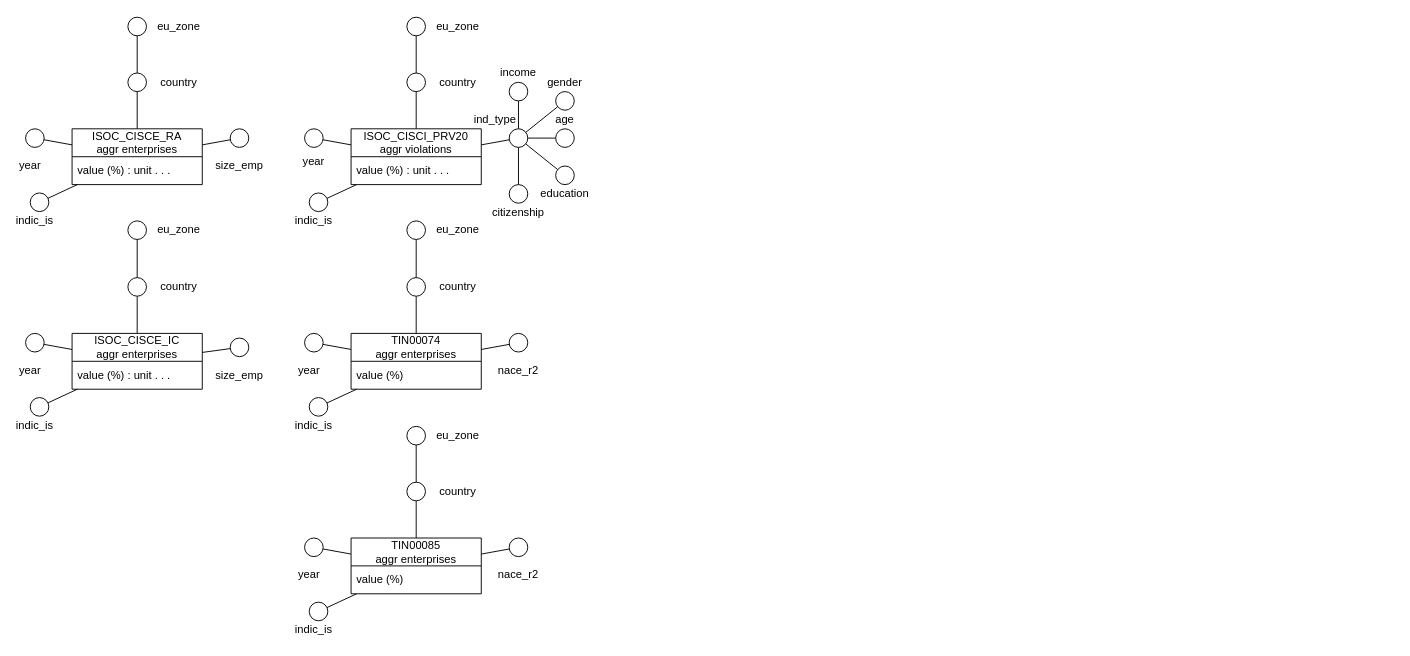
Before: figures/dfm.drawio in amanfucci/sistemi-informativi, a draw.io diagram. Source tidied: cells renumbered, new cells numbered last; positions are measured from the earlier drawing's top-left corner, leaving out a move shared by most shapes. Both pictures are drawn from the tidied source at 93%, with x=0, y=0 at pixel (16, 17).
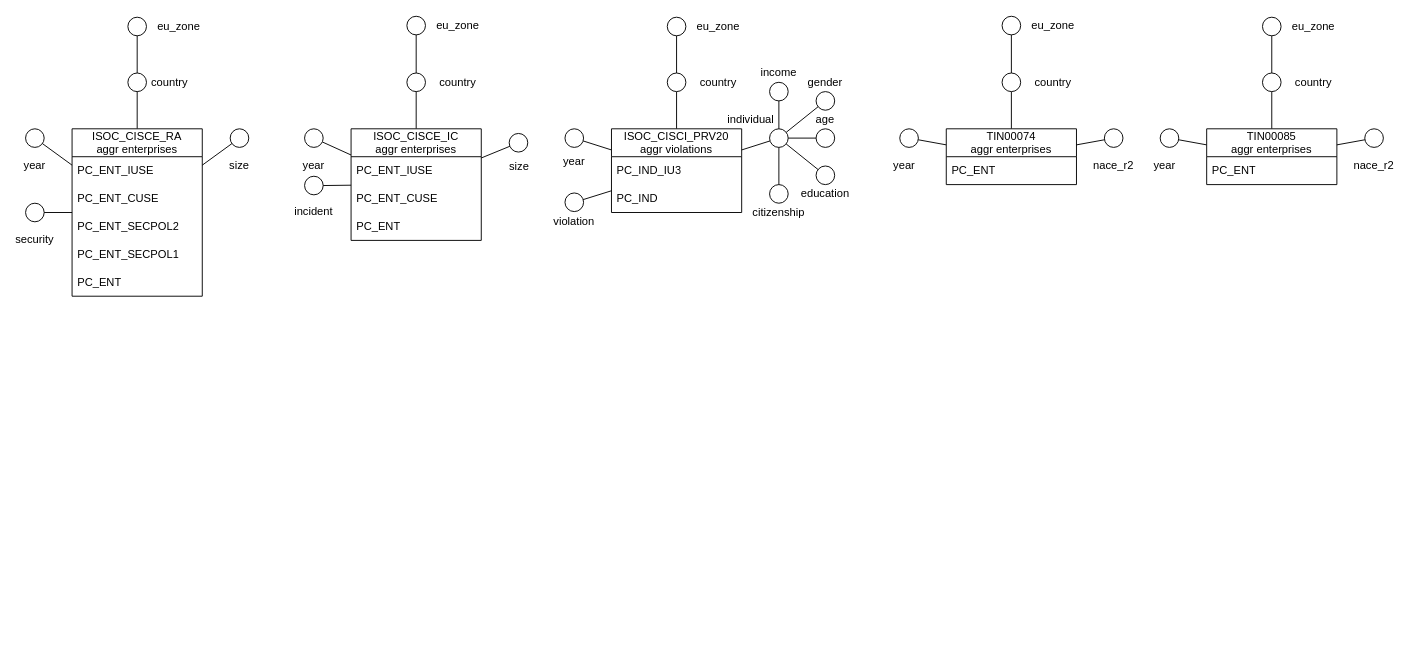
The same page after the edit.

Commit message (it also covers changes not shown here):
dfm, schema

The edit, as a diff of the source:
```diff
@@
     <mxCell id="3" value="ISOC_CISCE_RA&lt;div&gt;aggr enterprises&lt;/div&gt;" style="swimlane;fontStyle=0;horizontal=1;startSize=30;whiteSpace=wrap;html=1;" parent="1" vertex="1">
-      <mxGeometry x="60" y="120" width="140" height="60" as="geometry" />
+      <mxGeometry x="60" y="120" width="140" height="180" as="geometry" />
     </mxCell>
-    <mxCell id="4" value="value (%) : unit&amp;nbsp;&lt;span style=&quot;background-color: transparent; color: light-dark(rgb(0, 0, 0), rgb(255, 255, 255));&quot;&gt;. . .&lt;/span&gt;" style="text;strokeColor=none;fillColor=none;align=left;verticalAlign=middle;spacingLeft=4;spacingRight=4;overflow=hidden;whiteSpace=wrap;html=1;" parent="3" vertex="1">
-      <mxGeometry y="30" width="140" height="30" as="geometry" />
-    </mxCell>
+    <mxCell id="102" value="PC_ENT_IUSE" style="text;strokeColor=none;fillColor=none;align=left;verticalAlign=middle;spacingLeft=4;spacingRight=4;overflow=hidden;whiteSpace=wrap;html=1;" parent="3" vertex="1">
+      <mxGeometry y="30" width="140" height="30" as="geometry" />
+    </mxCell>
+    <mxCell id="103" value="PC_ENT_CUSE" style="text;strokeColor=none;fillColor=none;align=left;verticalAlign=middle;spacingLeft=4;spacingRight=4;overflow=hidden;whiteSpace=wrap;html=1;" parent="3" vertex="1">
+      <mxGeometry y="60" width="140" height="30" as="geometry" />
+    </mxCell>
+    <mxCell id="104" value="PC_ENT_SECPOL2" style="text;strokeColor=none;fillColor=none;align=left;verticalAlign=middle;spacingLeft=4;spacingRight=4;overflow=hidden;whiteSpace=wrap;html=1;" parent="3" vertex="1">
+      <mxGeometry y="90" width="140" height="30" as="geometry" />
+    </mxCell>
+    <mxCell id="105" value="PC_ENT_SECPOL1" style="text;strokeColor=none;fillColor=none;align=left;verticalAlign=middle;spacingLeft=4;spacingRight=4;overflow=hidden;whiteSpace=wrap;html=1;" parent="3" vertex="1">
+      <mxGeometry y="120" width="140" height="30" as="geometry" />
+    </mxCell>
+    <mxCell id="106" value="PC_ENT" style="text;strokeColor=none;fillColor=none;align=left;verticalAlign=middle;spacingLeft=4;spacingRight=4;overflow=hidden;whiteSpace=wrap;html=1;" parent="3" vertex="1">
+      <mxGeometry y="150" width="140" height="30" as="geometry" />
+    </mxCell>
@@
     <mxCell id="7" value="country" style="text;html=1;whiteSpace=wrap;strokeColor=none;fillColor=none;align=center;verticalAlign=middle;rounded=0;" parent="1" vertex="1">
-      <mxGeometry x="160" y="60" width="30" height="20" as="geometry" />
+      <mxGeometry x="150" y="60" width="30" height="20" as="geometry" />
     </mxCell>
     <mxCell id="8" value="year" style="text;html=1;whiteSpace=wrap;strokeColor=none;fillColor=none;align=center;verticalAlign=middle;rounded=0;" parent="1" vertex="1">
-      <mxGeometry y="150" width="30" height="20" as="geometry" />
+      <mxGeometry x="5" y="150" width="30" height="20" as="geometry" />
     </mxCell>
@@
     <mxCell id="11" value="ISOC_CISCE_IC&lt;div&gt;aggr enterprises&lt;/div&gt;" style="swimlane;fontStyle=0;horizontal=1;startSize=30;whiteSpace=wrap;html=1;" parent="1" vertex="1">
-      <mxGeometry x="60" y="340" width="140" height="60" as="geometry" />
+      <mxGeometry x="360" y="120" width="140" height="120" as="geometry" />
     </mxCell>
-    <mxCell id="12" value="value (%) : unit . . ." style="text;strokeColor=none;fillColor=none;align=left;verticalAlign=middle;spacingLeft=4;spacingRight=4;overflow=hidden;whiteSpace=wrap;html=1;" parent="11" vertex="1">
-      <mxGeometry y="30" width="140" height="30" as="geometry" />
-    </mxCell>
+    <mxCell id="107" value="PC_ENT_IUSE" style="text;strokeColor=none;fillColor=none;align=left;verticalAlign=middle;spacingLeft=4;spacingRight=4;overflow=hidden;whiteSpace=wrap;html=1;" parent="11" vertex="1">
+      <mxGeometry y="30" width="140" height="30" as="geometry" />
+    </mxCell>
+    <mxCell id="108" value="PC_ENT_CUSE" style="text;strokeColor=none;fillColor=none;align=left;verticalAlign=middle;spacingLeft=4;spacingRight=4;overflow=hidden;whiteSpace=wrap;html=1;" parent="11" vertex="1">
+      <mxGeometry y="60" width="140" height="30" as="geometry" />
+    </mxCell>
+    <mxCell id="109" value="PC_ENT" style="text;strokeColor=none;fillColor=none;align=left;verticalAlign=middle;spacingLeft=4;spacingRight=4;overflow=hidden;whiteSpace=wrap;html=1;" parent="11" vertex="1">
+      <mxGeometry y="90" width="140" height="30" as="geometry" />
+    </mxCell>
     <mxCell id="13" style="ellipse;whiteSpace=wrap;html=1;" parent="1" vertex="1">
-      <mxGeometry x="10" y="340" width="20" height="20" as="geometry" />
+      <mxGeometry x="310" y="120" width="20" height="20" as="geometry" />
     </mxCell>
     <mxCell id="14" style="ellipse;whiteSpace=wrap;html=1;" parent="1" vertex="1">
-      <mxGeometry x="120" y="280" width="20" height="20" as="geometry" />
+      <mxGeometry x="420" y="60" width="20" height="20" as="geometry" />
     </mxCell>
     <mxCell id="15" value="year" style="text;html=1;whiteSpace=wrap;strokeColor=none;fillColor=none;align=center;verticalAlign=middle;rounded=0;" parent="1" vertex="1">
-      <mxGeometry y="370" width="30" height="20" as="geometry" />
+      <mxGeometry x="305" y="150" width="30" height="20" as="geometry" />
     </mxCell>
@@
     <mxCell id="18" value="ISOC_CISCI_PRV20&lt;div&gt;aggr violations&lt;/div&gt;" style="swimlane;fontStyle=0;horizontal=1;startSize=30;whiteSpace=wrap;html=1;" parent="1" vertex="1">
-      <mxGeometry x="360" y="120" width="140" height="60" as="geometry" />
+      <mxGeometry x="640" y="120" width="140" height="90" as="geometry" />
     </mxCell>
-    <mxCell id="19" value="value (%) : unit . . ." style="text;strokeColor=none;fillColor=none;align=left;verticalAlign=middle;spacingLeft=4;spacingRight=4;overflow=hidden;whiteSpace=wrap;html=1;" parent="18" vertex="1">
-      <mxGeometry y="30" width="140" height="30" as="geometry" />
-    </mxCell>
+    <mxCell id="110" value="PC_IND_IU3" style="text;strokeColor=none;fillColor=none;align=left;verticalAlign=middle;spacingLeft=4;spacingRight=4;overflow=hidden;whiteSpace=wrap;html=1;" parent="18" vertex="1">
+      <mxGeometry y="30" width="140" height="30" as="geometry" />
+    </mxCell>
+    <mxCell id="111" value="PC_IND" style="text;strokeColor=none;fillColor=none;align=left;verticalAlign=middle;spacingLeft=4;spacingRight=4;overflow=hidden;whiteSpace=wrap;html=1;" parent="18" vertex="1">
+      <mxGeometry y="60" width="140" height="30" as="geometry" />
+    </mxCell>
     <mxCell id="20" style="ellipse;whiteSpace=wrap;html=1;" parent="1" vertex="1">
-      <mxGeometry x="310" y="120" width="20" height="20" as="geometry" />
+      <mxGeometry x="590" y="120" width="20" height="20" as="geometry" />
     </mxCell>
     <mxCell id="21" style="ellipse;whiteSpace=wrap;html=1;" parent="1" vertex="1">
-      <mxGeometry x="530" y="120" width="20" height="20" as="geometry" />
+      <mxGeometry x="810" y="120" width="20" height="20" as="geometry" />
     </mxCell>
     <mxCell id="22" style="ellipse;whiteSpace=wrap;html=1;" parent="1" vertex="1">
-      <mxGeometry x="420" y="60" width="20" height="20" as="geometry" />
+      <mxGeometry x="700" y="60" width="20" height="20" as="geometry" />
     </mxCell>
     <mxCell id="23" value="year" style="text;html=1;whiteSpace=wrap;strokeColor=none;fillColor=none;align=center;verticalAlign=middle;rounded=0;" parent="1" vertex="1">
-      <mxGeometry x="305" y="145" width="30" height="20" as="geometry" />
+      <mxGeometry x="585" y="145" width="30" height="20" as="geometry" />
     </mxCell>
@@
     <mxCell id="26" value="TIN00074&lt;div&gt;aggr enterprises&lt;/div&gt;" style="swimlane;fontStyle=0;horizontal=1;startSize=30;whiteSpace=wrap;html=1;" parent="1" vertex="1">
-      <mxGeometry x="360" y="340" width="140" height="60" as="geometry" />
+      <mxGeometry x="1000" y="120" width="140" height="60" as="geometry" />
     </mxCell>
-    <mxCell id="27" value="value (%)" style="text;strokeColor=none;fillColor=none;align=left;verticalAlign=middle;spacingLeft=4;spacingRight=4;overflow=hidden;whiteSpace=wrap;html=1;" parent="26" vertex="1">
+    <mxCell id="27" value="PC_ENT" style="text;strokeColor=none;fillColor=none;align=left;verticalAlign=middle;spacingLeft=4;spacingRight=4;overflow=hidden;whiteSpace=wrap;html=1;" parent="26" vertex="1">
       <mxGeometry y="30" width="140" height="30" as="geometry" />
     </mxCell>
     <mxCell id="28" style="ellipse;whiteSpace=wrap;html=1;" parent="1" vertex="1">
-      <mxGeometry x="310" y="340" width="20" height="20" as="geometry" />
+      <mxGeometry x="950" y="120" width="20" height="20" as="geometry" />
     </mxCell>
     <mxCell id="29" style="ellipse;whiteSpace=wrap;html=1;" parent="1" vertex="1">
-      <mxGeometry x="530" y="340" width="20" height="20" as="geometry" />
+      <mxGeometry x="1170" y="120" width="20" height="20" as="geometry" />
     </mxCell>
     <mxCell id="30" style="ellipse;whiteSpace=wrap;html=1;" parent="1" vertex="1">
-      <mxGeometry x="420" y="280" width="20" height="20" as="geometry" />
+      <mxGeometry x="1060" y="60" width="20" height="20" as="geometry" />
     </mxCell>
     <mxCell id="31" value="year" style="text;html=1;whiteSpace=wrap;strokeColor=none;fillColor=none;align=center;verticalAlign=middle;rounded=0;" parent="1" vertex="1">
-      <mxGeometry x="300" y="370" width="30" height="20" as="geometry" />
+      <mxGeometry x="940" y="150" width="30" height="20" as="geometry" />
     </mxCell>
@@
     <mxCell id="34" value="TIN00085&lt;div&gt;aggr enterprises&lt;/div&gt;" style="swimlane;fontStyle=0;horizontal=1;startSize=30;whiteSpace=wrap;html=1;" parent="1" vertex="1">
-      <mxGeometry x="360" y="560" width="140" height="60" as="geometry" />
+      <mxGeometry x="1280" y="120" width="140" height="60" as="geometry" />
     </mxCell>
-    <mxCell id="35" value="value (%)" style="text;strokeColor=none;fillColor=none;align=left;verticalAlign=middle;spacingLeft=4;spacingRight=4;overflow=hidden;whiteSpace=wrap;html=1;" parent="34" vertex="1">
+    <mxCell id="35" value="PC_ENT" style="text;strokeColor=none;fillColor=none;align=left;verticalAlign=middle;spacingLeft=4;spacingRight=4;overflow=hidden;whiteSpace=wrap;html=1;" parent="34" vertex="1">
       <mxGeometry y="30" width="140" height="30" as="geometry" />
     </mxCell>
     <mxCell id="36" style="ellipse;whiteSpace=wrap;html=1;" parent="1" vertex="1">
-      <mxGeometry x="310" y="560" width="20" height="20" as="geometry" />
+      <mxGeometry x="1230" y="120" width="20" height="20" as="geometry" />
     </mxCell>
     <mxCell id="37" style="ellipse;whiteSpace=wrap;html=1;" parent="1" vertex="1">
-      <mxGeometry x="530" y="560" width="20" height="20" as="geometry" />
+      <mxGeometry x="1450" y="120" width="20" height="20" as="geometry" />
     </mxCell>
     <mxCell id="38" style="ellipse;whiteSpace=wrap;html=1;" parent="1" vertex="1">
-      <mxGeometry x="420" y="500" width="20" height="20" as="geometry" />
+      <mxGeometry x="1340" y="60" width="20" height="20" as="geometry" />
     </mxCell>
     <mxCell id="39" value="year" style="text;html=1;whiteSpace=wrap;strokeColor=none;fillColor=none;align=center;verticalAlign=middle;rounded=0;" parent="1" vertex="1">
-      <mxGeometry x="300" y="590" width="30" height="20" as="geometry" />
+      <mxGeometry x="1220" y="150" width="30" height="20" as="geometry" />
     </mxCell>
     <mxCell id="40" value="nace_r2" style="text;html=1;whiteSpace=wrap;strokeColor=none;fillColor=none;align=center;verticalAlign=middle;rounded=0;" parent="1" vertex="1">
-      <mxGeometry x="525" y="590" width="30" height="20" as="geometry" />
+      <mxGeometry x="1445" y="150" width="30" height="20" as="geometry" />
     </mxCell>
@@
     <mxCell id="43" value="nace_r2" style="text;html=1;whiteSpace=wrap;strokeColor=none;fillColor=none;align=center;verticalAlign=middle;rounded=0;" parent="1" vertex="1">
-      <mxGeometry x="525" y="370" width="30" height="20" as="geometry" />
+      <mxGeometry x="1165" y="150" width="30" height="20" as="geometry" />
     </mxCell>
@@
-    <mxCell id="45" value="ind_type" style="text;html=1;whiteSpace=wrap;strokeColor=none;fillColor=none;align=center;verticalAlign=middle;rounded=0;" parent="1" vertex="1">
-      <mxGeometry x="500" y="100" width="30" height="20" as="geometry" />
+    <mxCell id="45" value="individual" style="text;html=1;whiteSpace=wrap;strokeColor=none;fillColor=none;align=center;verticalAlign=middle;rounded=0;" parent="1" vertex="1">
+      <mxGeometry x="775" y="100" width="30" height="20" as="geometry" />
     </mxCell>
@@
     <mxCell id="47" style="ellipse;whiteSpace=wrap;html=1;" parent="1" vertex="1">
-      <mxGeometry x="230" y="345" width="20" height="20" as="geometry" />
+      <mxGeometry x="530" y="125" width="20" height="20" as="geometry" />
     </mxCell>
@@
-    <mxCell id="49" value="size_emp" style="text;html=1;whiteSpace=wrap;strokeColor=none;fillColor=none;align=center;verticalAlign=middle;rounded=0;" parent="1" vertex="1">
-      <mxGeometry x="225" y="375" width="30" height="20" as="geometry" />
+    <mxCell id="49" value="size" style="text;html=1;whiteSpace=wrap;strokeColor=none;fillColor=none;align=center;verticalAlign=middle;rounded=0;" parent="1" vertex="1">
+      <mxGeometry x="526" y="151" width="30" height="20" as="geometry" />
     </mxCell>
@@
-    <mxCell id="52" value="size_emp" style="text;html=1;whiteSpace=wrap;strokeColor=none;fillColor=none;align=center;verticalAlign=middle;rounded=0;" parent="1" vertex="1">
+    <mxCell id="52" value="size" style="text;html=1;whiteSpace=wrap;strokeColor=none;fillColor=none;align=center;verticalAlign=middle;rounded=0;" parent="1" vertex="1">
       <mxGeometry x="225" y="150" width="30" height="20" as="geometry" />
     </mxCell>
     <mxCell id="53" value="country" style="text;html=1;whiteSpace=wrap;strokeColor=none;fillColor=none;align=center;verticalAlign=middle;rounded=0;" parent="1" vertex="1">
-      <mxGeometry x="160" y="280" width="30" height="20" as="geometry" />
+      <mxGeometry x="460" y="60" width="30" height="20" as="geometry" />
     </mxCell>
     <mxCell id="54" style="ellipse;whiteSpace=wrap;html=1;" parent="1" vertex="1">
-      <mxGeometry x="120" y="219" width="20" height="20" as="geometry" />
+      <mxGeometry x="420" y="-1" width="20" height="20" as="geometry" />
     </mxCell>
     <mxCell id="55" value="eu_zone" style="text;html=1;whiteSpace=wrap;strokeColor=none;fillColor=none;align=center;verticalAlign=middle;rounded=0;" parent="1" vertex="1">
-      <mxGeometry x="160" y="219" width="30" height="20" as="geometry" />
+      <mxGeometry x="460" y="-1" width="30" height="20" as="geometry" />
     </mxCell>
@@
     <mxCell id="57" value="country" style="text;html=1;whiteSpace=wrap;strokeColor=none;fillColor=none;align=center;verticalAlign=middle;rounded=0;" parent="1" vertex="1">
-      <mxGeometry x="460" y="60" width="30" height="20" as="geometry" />
+      <mxGeometry x="740" y="60" width="30" height="20" as="geometry" />
     </mxCell>
     <mxCell id="58" value="country" style="text;html=1;whiteSpace=wrap;strokeColor=none;fillColor=none;align=center;verticalAlign=middle;rounded=0;" parent="1" vertex="1">
-      <mxGeometry x="460" y="280" width="30" height="20" as="geometry" />
+      <mxGeometry x="1100" y="60" width="30" height="20" as="geometry" />
     </mxCell>
     <mxCell id="59" value="country" style="text;html=1;whiteSpace=wrap;strokeColor=none;fillColor=none;align=center;verticalAlign=middle;rounded=0;" parent="1" vertex="1">
-      <mxGeometry x="460" y="500" width="30" height="20" as="geometry" />
+      <mxGeometry x="1380" y="60" width="30" height="20" as="geometry" />
     </mxCell>
@@
     <mxCell id="63" style="ellipse;whiteSpace=wrap;html=1;" parent="1" vertex="1">
-      <mxGeometry x="420" width="20" height="20" as="geometry" />
+      <mxGeometry x="700" width="20" height="20" as="geometry" />
     </mxCell>
     <mxCell id="64" value="eu_zone" style="text;html=1;whiteSpace=wrap;strokeColor=none;fillColor=none;align=center;verticalAlign=middle;rounded=0;" parent="1" vertex="1">
-      <mxGeometry x="460" width="30" height="20" as="geometry" />
+      <mxGeometry x="740" width="30" height="20" as="geometry" />
     </mxCell>
     <mxCell id="65" style="ellipse;whiteSpace=wrap;html=1;" parent="1" vertex="1">
-      <mxGeometry x="420" y="219" width="20" height="20" as="geometry" />
+      <mxGeometry x="1060" y="-1" width="20" height="20" as="geometry" />
     </mxCell>
     <mxCell id="66" value="eu_zone" style="text;html=1;whiteSpace=wrap;strokeColor=none;fillColor=none;align=center;verticalAlign=middle;rounded=0;" parent="1" vertex="1">
-      <mxGeometry x="460" y="219" width="30" height="20" as="geometry" />
+      <mxGeometry x="1100" y="-1" width="30" height="20" as="geometry" />
     </mxCell>
     <mxCell id="67" style="ellipse;whiteSpace=wrap;html=1;" parent="1" vertex="1">
-      <mxGeometry x="420" y="440" width="20" height="20" as="geometry" />
+      <mxGeometry x="1340" width="20" height="20" as="geometry" />
     </mxCell>
     <mxCell id="68" value="eu_zone" style="text;html=1;whiteSpace=wrap;strokeColor=none;fillColor=none;align=center;verticalAlign=middle;rounded=0;" parent="1" vertex="1">
-      <mxGeometry x="460" y="440" width="30" height="20" as="geometry" />
+      <mxGeometry x="1380" width="30" height="20" as="geometry" />
     </mxCell>
@@
     <mxCell id="72" style="ellipse;whiteSpace=wrap;html=1;" parent="1" vertex="1">
-      <mxGeometry x="15" y="189" width="20" height="20" as="geometry" />
+      <mxGeometry x="10" y="200" width="20" height="20" as="geometry" />
     </mxCell>
-    <mxCell id="73" value="indic_is" style="text;html=1;whiteSpace=wrap;strokeColor=none;fillColor=none;align=center;verticalAlign=middle;rounded=0;" parent="1" vertex="1">
-      <mxGeometry x="5" y="209" width="30" height="20" as="geometry" />
+    <mxCell id="73" value="security" style="text;html=1;whiteSpace=wrap;strokeColor=none;fillColor=none;align=center;verticalAlign=middle;rounded=0;" parent="1" vertex="1">
+      <mxGeometry x="5" y="229" width="30" height="20" as="geometry" />
     </mxCell>
@@
     <mxCell id="75" style="ellipse;whiteSpace=wrap;html=1;" parent="1" vertex="1">
-      <mxGeometry x="15" y="409" width="20" height="20" as="geometry" />
+      <mxGeometry x="310" y="171" width="20" height="20" as="geometry" />
     </mxCell>
-    <mxCell id="76" value="indic_is" style="text;html=1;whiteSpace=wrap;strokeColor=none;fillColor=none;align=center;verticalAlign=middle;rounded=0;" parent="1" vertex="1">
-      <mxGeometry x="5" y="429" width="30" height="20" as="geometry" />
+    <mxCell id="76" value="incident" style="text;html=1;whiteSpace=wrap;strokeColor=none;fillColor=none;align=center;verticalAlign=middle;rounded=0;" parent="1" vertex="1">
+      <mxGeometry x="305" y="199" width="30" height="20" as="geometry" />
     </mxCell>
@@
     <mxCell id="78" style="ellipse;whiteSpace=wrap;html=1;" parent="1" vertex="1">
-      <mxGeometry x="315" y="189" width="20" height="20" as="geometry" />
+      <mxGeometry x="590" y="189" width="20" height="20" as="geometry" />
     </mxCell>
-    <mxCell id="79" value="indic_is" style="text;html=1;whiteSpace=wrap;strokeColor=none;fillColor=none;align=center;verticalAlign=middle;rounded=0;" parent="1" vertex="1">
-      <mxGeometry x="305" y="209" width="30" height="20" as="geometry" />
+    <mxCell id="79" value="violation" style="text;html=1;whiteSpace=wrap;strokeColor=none;fillColor=none;align=center;verticalAlign=middle;rounded=0;" parent="1" vertex="1">
+      <mxGeometry x="585" y="210" width="30" height="20" as="geometry" />
     </mxCell>
-    <mxCell id="80" style="endArrow=none;html=1;rounded=0;" parent="1" edge="1" source="78">
-      <mxGeometry relative="1" as="geometry">
-        <mxPoint x="366" y="180" as="targetPoint" />
-      </mxGeometry>
+    <mxCell id="80" style="endArrow=none;html=1;rounded=0;" parent="1" edge="1" source="78" target="18">
+      <mxGeometry relative="1" as="geometry" />
     </mxCell>
-    <mxCell id="81" style="ellipse;whiteSpace=wrap;html=1;" parent="1" vertex="1">
-      <mxGeometry x="315" y="409" width="20" height="20" as="geometry" />
-    </mxCell>
-    <mxCell id="82" value="indic_is" style="text;html=1;whiteSpace=wrap;strokeColor=none;fillColor=none;align=center;verticalAlign=middle;rounded=0;" parent="1" vertex="1">
-      <mxGeometry x="305" y="429" width="30" height="20" as="geometry" />
-    </mxCell>
-    <mxCell id="83" style="endArrow=none;html=1;rounded=0;" parent="1" edge="1" source="81">
-      <mxGeometry relative="1" as="geometry">
-        <mxPoint x="366" y="400" as="targetPoint" />
-      </mxGeometry>
-    </mxCell>
-    <mxCell id="84" style="ellipse;whiteSpace=wrap;html=1;" parent="1" vertex="1">
-      <mxGeometry x="315" y="629" width="20" height="20" as="geometry" />
-    </mxCell>
-    <mxCell id="85" value="indic_is" style="text;html=1;whiteSpace=wrap;strokeColor=none;fillColor=none;align=center;verticalAlign=middle;rounded=0;" parent="1" vertex="1">
-      <mxGeometry x="305" y="649" width="30" height="20" as="geometry" />
-    </mxCell>
-    <mxCell id="86" style="endArrow=none;html=1;rounded=0;" parent="1" edge="1" source="84">
-      <mxGeometry relative="1" as="geometry">
-        <mxPoint x="366" y="620" as="targetPoint" />
-      </mxGeometry>
-    </mxCell>
     <mxCell id="87" style="ellipse;whiteSpace=wrap;html=1;" parent="1" vertex="1">
-      <mxGeometry x="580" y="80" width="20" height="20" as="geometry" />
+      <mxGeometry x="860" y="80" width="20" height="20" as="geometry" />
     </mxCell>
     <mxCell id="88" style="ellipse;whiteSpace=wrap;html=1;" parent="1" vertex="1">
-      <mxGeometry x="580" y="120" width="20" height="20" as="geometry" />
+      <mxGeometry x="860" y="120" width="20" height="20" as="geometry" />
     </mxCell>
     <mxCell id="89" style="ellipse;whiteSpace=wrap;html=1;" parent="1" vertex="1">
-      <mxGeometry x="580" y="160" width="20" height="20" as="geometry" />
+      <mxGeometry x="860" y="160" width="20" height="20" as="geometry" />
     </mxCell>
@@
     <mxCell id="93" value="gender" style="text;html=1;whiteSpace=wrap;strokeColor=none;fillColor=none;align=center;verticalAlign=middle;rounded=0;" parent="1" vertex="1">
-      <mxGeometry x="575" y="60" width="30" height="20" as="geometry" />
+      <mxGeometry x="855" y="60" width="30" height="20" as="geometry" />
     </mxCell>
     <mxCell id="94" value="age" style="text;html=1;whiteSpace=wrap;strokeColor=none;fillColor=none;align=center;verticalAlign=middle;rounded=0;" parent="1" vertex="1">
-      <mxGeometry x="575" y="100" width="30" height="20" as="geometry" />
+      <mxGeometry x="855" y="100" width="30" height="20" as="geometry" />
     </mxCell>
     <mxCell id="95" value="education" style="text;html=1;whiteSpace=wrap;strokeColor=none;fillColor=none;align=center;verticalAlign=middle;rounded=0;" parent="1" vertex="1">
-      <mxGeometry x="575" y="180" width="30" height="20" as="geometry" />
+      <mxGeometry x="855" y="180" width="30" height="20" as="geometry" />
     </mxCell>
     <mxCell id="96" style="ellipse;whiteSpace=wrap;html=1;" parent="1" vertex="1">
-      <mxGeometry x="530" y="70" width="20" height="20" as="geometry" />
+      <mxGeometry x="810" y="70" width="20" height="20" as="geometry" />
     </mxCell>
     <mxCell id="97" value="income" style="text;html=1;whiteSpace=wrap;strokeColor=none;fillColor=none;align=center;verticalAlign=middle;rounded=0;" parent="1" vertex="1">
-      <mxGeometry x="525" y="50" width="30" height="20" as="geometry" />
+      <mxGeometry x="805" y="50" width="30" height="20" as="geometry" />
     </mxCell>
     <mxCell id="98" style="ellipse;whiteSpace=wrap;html=1;" parent="1" vertex="1">
-      <mxGeometry x="530" y="180" width="20" height="20" as="geometry" />
+      <mxGeometry x="810" y="180" width="20" height="20" as="geometry" />
     </mxCell>
     <mxCell id="99" value="citizenship" style="text;html=1;whiteSpace=wrap;strokeColor=none;fillColor=none;align=center;verticalAlign=middle;rounded=0;" parent="1" vertex="1">
-      <mxGeometry x="525" y="200" width="30" height="20" as="geometry" />
+      <mxGeometry x="805" y="200" width="30" height="20" as="geometry" />
     </mxCell>
```
